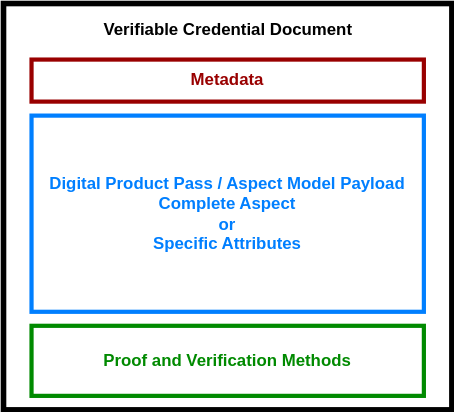
The draw.io diagram dpp-verification/resources/processes/document-credential-resume.svg in eclipse-tractusx/digital-product-pass, before a commit. Source tidied: cells renumbered, new cells last; positions are measured from the earlier drawing's top-left corner, leaving out a move shared by most shapes.
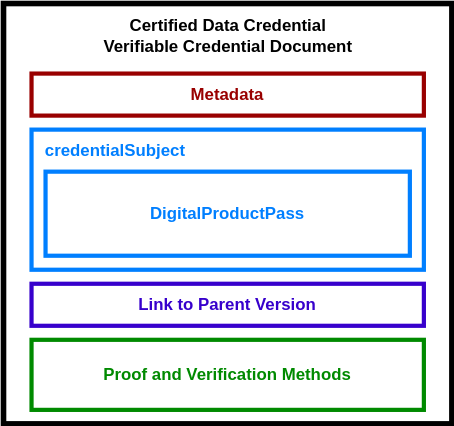
Later version of the same file.

Change to the diagram source:
```diff
@@ -3,10 +3,10 @@
     <mxCell id="0" />
     <mxCell id="1" parent="0" />
     <mxCell id="2" style="rounded=0;whiteSpace=wrap;html=1;strokeWidth=4;" parent="1" vertex="1">
-      <mxGeometry width="320" height="290" as="geometry" />
+      <mxGeometry y="-10" width="320" height="300" as="geometry" />
     </mxCell>
-    <mxCell id="3" value="&lt;b&gt;&lt;font color=&quot;#007fff&quot;&gt;Digital Product Pass / Aspect Model Payload&lt;br&gt;Complete Aspect&lt;br&gt;or&lt;br&gt;Specific Attributes&lt;br&gt;&lt;/font&gt;&lt;/b&gt;" style="rounded=0;whiteSpace=wrap;html=1;strokeWidth=3;strokeColor=#007FFF;" parent="1" vertex="1">
-      <mxGeometry x="20" y="80" width="280" height="140" as="geometry" />
+    <mxCell id="3" value="&lt;b&gt;&lt;font color=&quot;#007fff&quot;&gt;&lt;br&gt;&lt;/font&gt;&lt;/b&gt;" style="rounded=0;whiteSpace=wrap;html=1;strokeWidth=3;strokeColor=#007FFF;" parent="1" vertex="1">
+      <mxGeometry x="20" y="80" width="280" height="100" as="geometry" />
     </mxCell>
     <mxCell id="4" value="&lt;font color=&quot;#008a00&quot;&gt;&lt;b&gt;Proof and Verification Methods&lt;/b&gt;&lt;/font&gt;" style="rounded=0;whiteSpace=wrap;html=1;strokeWidth=3;strokeColor=#008A00;" parent="1" vertex="1">
       <mxGeometry x="20" y="230" width="280" height="50" as="geometry" />
@@ -14,8 +14,17 @@
     <mxCell id="5" value="&lt;b style=&quot;&quot;&gt;Metadata&lt;/b&gt;" style="rounded=0;whiteSpace=wrap;html=1;strokeWidth=3;strokeColor=#990000;fontColor=#990000;" parent="1" vertex="1">
       <mxGeometry x="20" y="40" width="280" height="30" as="geometry" />
     </mxCell>
-    <mxCell id="6" value="&lt;b&gt;Verifiable Credential Document&lt;/b&gt;" style="text;html=1;align=center;verticalAlign=middle;strokeColor=none;fillColor=none;" parent="1" vertex="1">
-      <mxGeometry x="60" y="4" width="200" height="30" as="geometry" />
+    <mxCell id="6" value="&lt;div&gt;&lt;b&gt;Certified Data Credential&lt;/b&gt;&lt;/div&gt;&lt;b&gt;Verifiable Credential Document&lt;/b&gt;" style="text;html=1;align=center;verticalAlign=middle;strokeColor=none;fillColor=none;" parent="1" vertex="1">
+      <mxGeometry x="60" y="-7" width="200" height="40" as="geometry" />
     </mxCell>
+    <mxCell id="7" value="&lt;b style=&quot;&quot;&gt;&lt;font color=&quot;#3700cc&quot;&gt;Link to Parent Version&lt;/font&gt;&lt;/b&gt;" style="rounded=0;whiteSpace=wrap;html=1;strokeWidth=3;strokeColor=#3700CC;fontColor=#ffffff;fillColor=none;" parent="1" vertex="1">
+      <mxGeometry x="20" y="190" width="280" height="30" as="geometry" />
+    </mxCell>
+    <mxCell id="8" value="&lt;b&gt;&lt;font color=&quot;#007fff&quot;&gt;credentialSubject&lt;/font&gt;&lt;/b&gt;" style="text;html=1;align=center;verticalAlign=middle;whiteSpace=wrap;rounded=0;" parent="1" vertex="1">
+      <mxGeometry x="50" y="80" width="60" height="30" as="geometry" />
+    </mxCell>
+    <mxCell id="9" value="&lt;b&gt;&lt;font color=&quot;#007fff&quot;&gt;DigitalProductPass&lt;/font&gt;&lt;/b&gt;" style="rounded=0;whiteSpace=wrap;html=1;strokeWidth=3;strokeColor=#007FFF;" parent="1" vertex="1">
+      <mxGeometry x="30" y="110" width="260" height="60" as="geometry" />
+    </mxCell>
   </root>
 </mxGraphModel>
```
